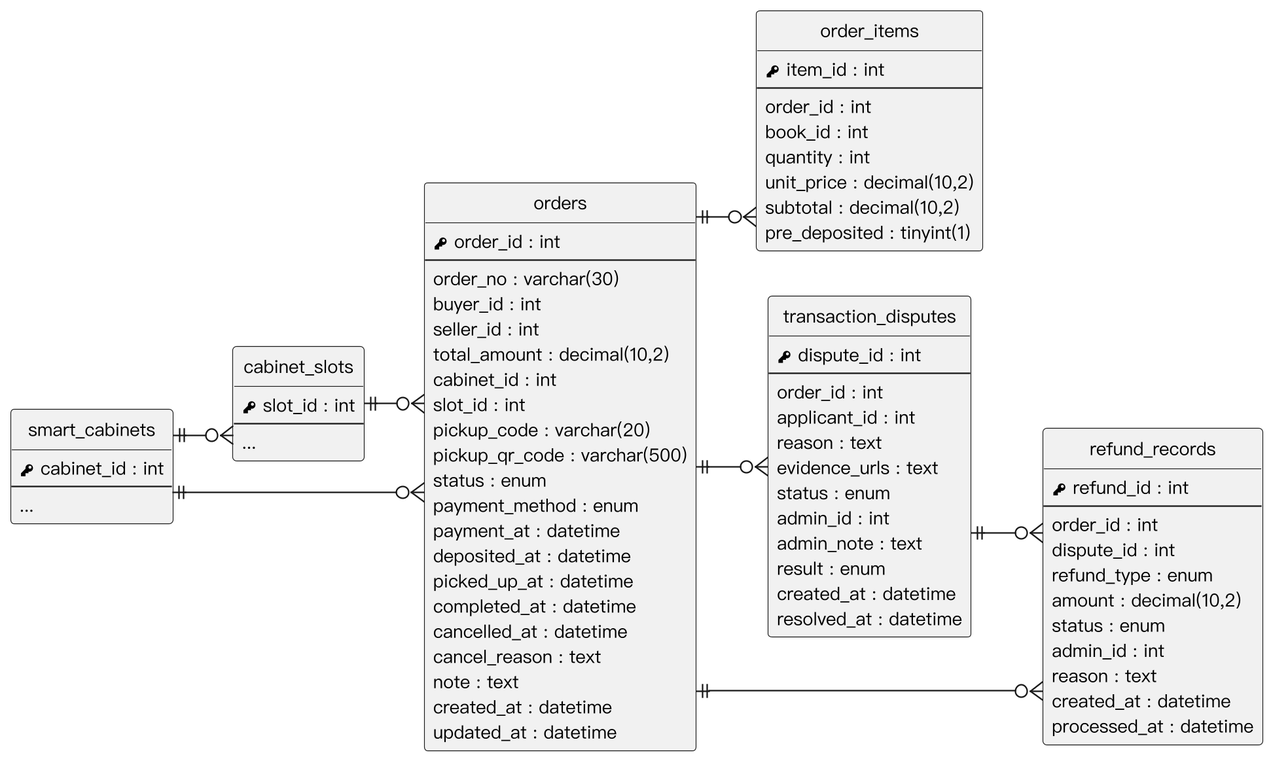
The PlantUML diagram Diagrams/Relational Tables/v3/er_orders.png in SaveMyBook/SaveMyBook, before a commit.
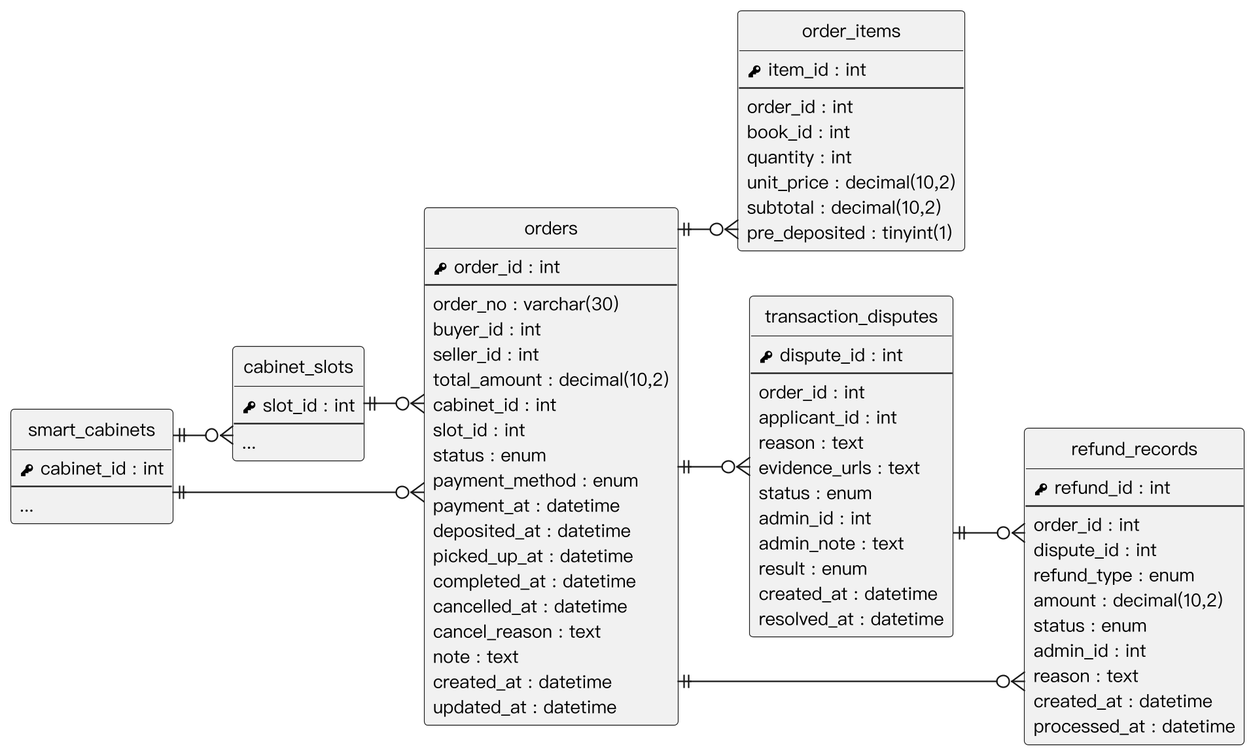
Above is the later version.

Change to the diagram source:
```diff
@@ -30,8 +30,6 @@
   {field} total_amount : decimal(10,2)
   {field} cabinet_id : int
   {field} slot_id : int
-  {field} pickup_code : varchar(20)
-  {field} pickup_qr_code : varchar(500)
   {field} status : enum
   {field} payment_method : enum
   {field} payment_at : datetime
```
